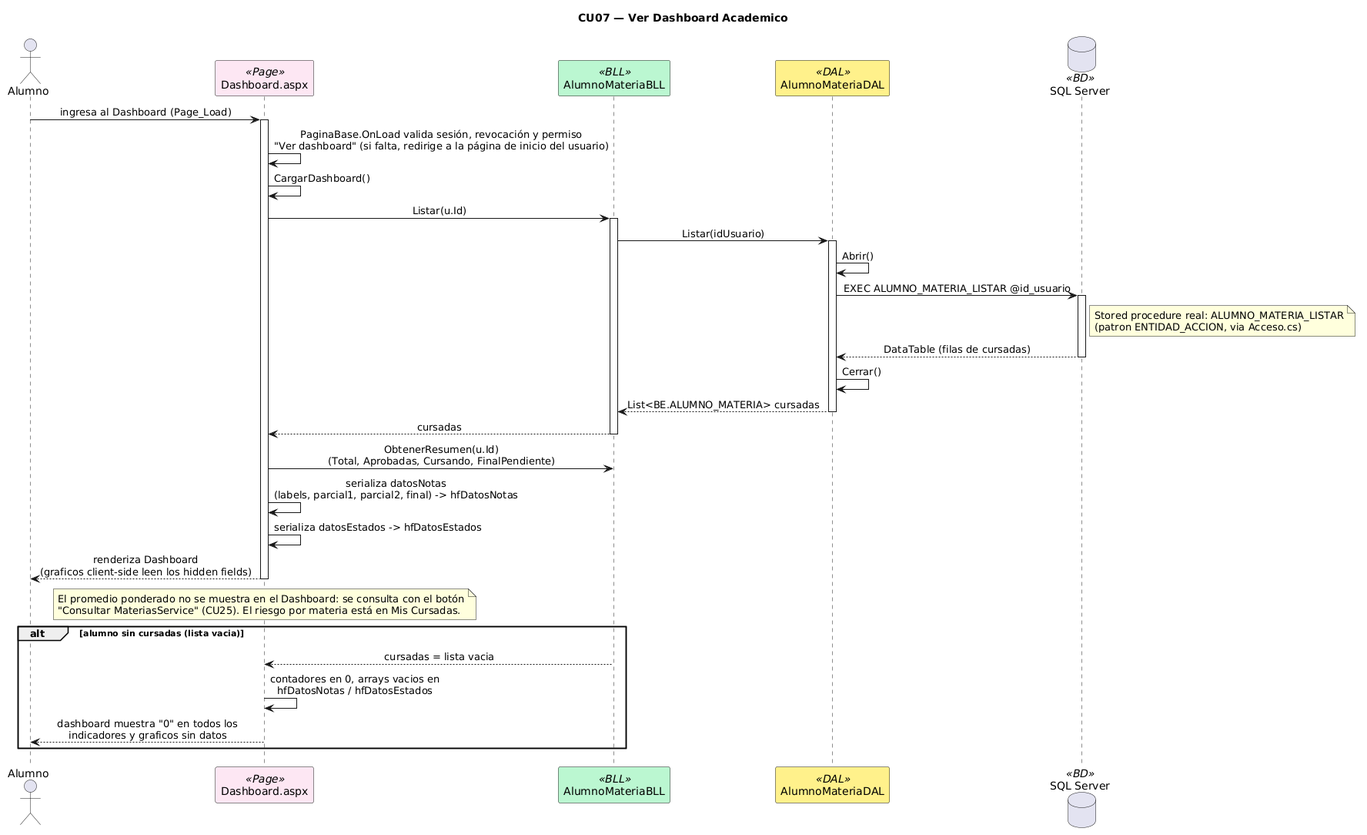
Earlier version of the PlantUML export DIAGRAMAS/Secuencia_CU07_VerDashboard.png (Urrels/tpDYAWeb).
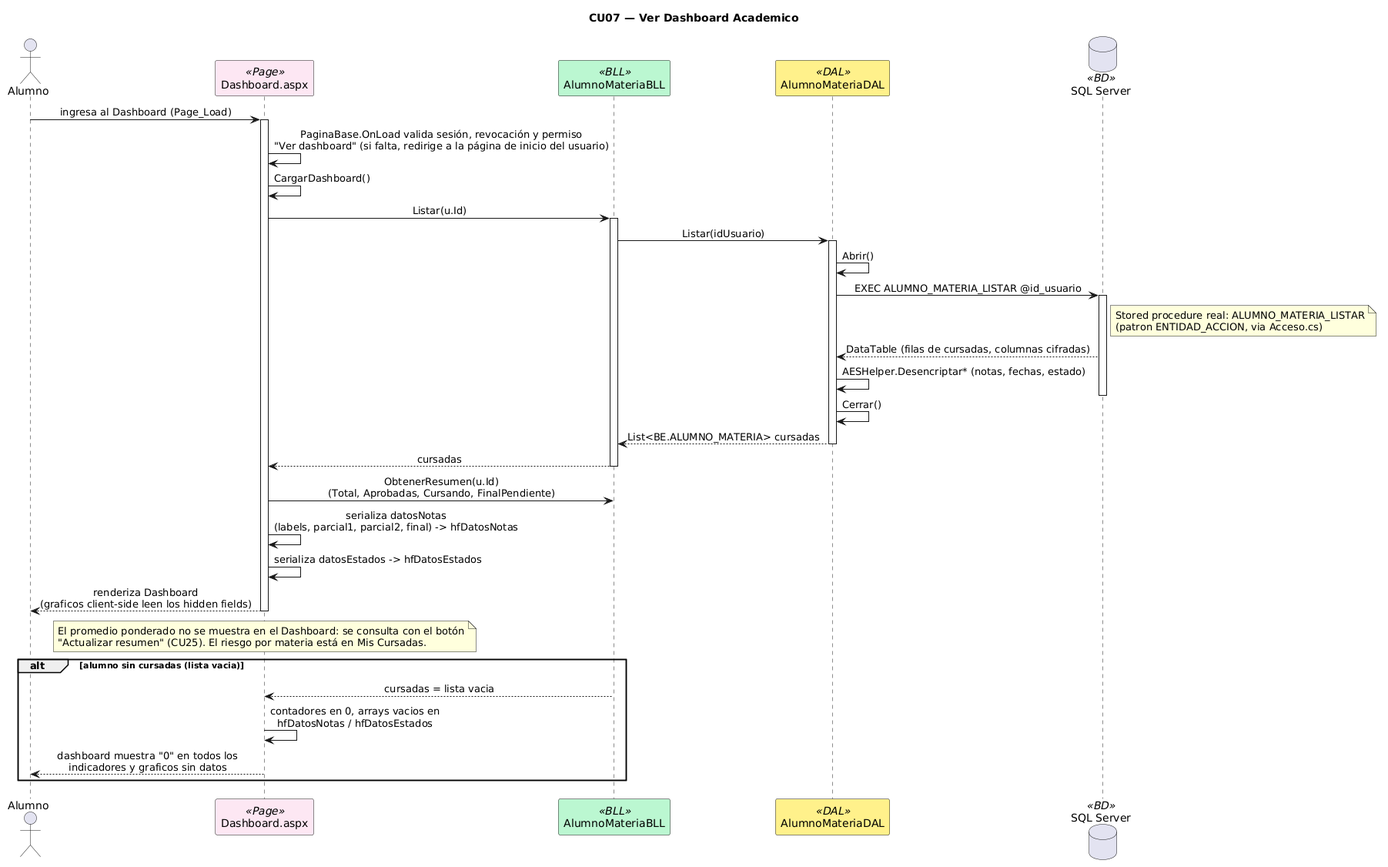
After the commit.

The edit, as a diff of the source:
```diff
@@ -3,18 +3,16 @@
 skinparam sequenceMessageAlign center
 skinparam shadowing false
 skinparam sequenceParticipant {
-    BackgroundColor<<Page>> #FCE7F3
-    BackgroundColor<<BLL>> #BBF7D0
-    BackgroundColor<<DAL>> #FEF08A
-    BackgroundColor<<BD>> #DBEAFE
+BackgroundColor<<Page>> #FCE7F3
+BackgroundColor<<BLL>> #BBF7D0
+BackgroundColor<<DAL>> #FEF08A
+BackgroundColor<<BD>> #DBEAFE
 }
-
 actor Alumno as A
 participant "Dashboard.aspx" as PAGE <<Page>>
 participant "AlumnoMateriaBLL" as BLL <<BLL>>
 participant "AlumnoMateriaDAL" as DAL <<DAL>>
 database "SQL Server" as DB <<BD>>
-
 A -> PAGE : ingresa al Dashboard (Page_Load)
 activate PAGE
 PAGE -> PAGE : PaginaBase.OnLoad valida sesión, revocación y permiso\n"Ver dashboard" (si falta, redirige a la página de inicio del usuario)
@@ -27,10 +25,11 @@
 DAL -> DB : EXEC ALUMNO_MATERIA_LISTAR @id_usuario
 activate DB
 note right of DB
-  Stored procedure real: ALUMNO_MATERIA_LISTAR
-  (patron ENTIDAD_ACCION, via Acceso.cs)
+Stored procedure real: ALUMNO_MATERIA_LISTAR
+(patron ENTIDAD_ACCION, via Acceso.cs)
 end note
-DB --> DAL : DataTable (filas de cursadas)
+DB --> DAL : DataTable (filas de cursadas, columnas cifradas)
+DAL -> DAL : AESHelper.Desencriptar* (notas, fechas, estado)
 deactivate DB
 DAL -> DAL : Cerrar()
 DAL --> BLL : List<BE.ALUMNO_MATERIA> cursadas
@@ -42,15 +41,13 @@
 PAGE -> PAGE : serializa datosEstados -> hfDatosEstados
 PAGE --> A : renderiza Dashboard\n(graficos client-side leen los hidden fields)
 deactivate PAGE
-
 note over PAGE
-  El promedio ponderado no se muestra en el Dashboard: se consulta con el botón
-  "Consultar MateriasService" (CU25). El riesgo por materia está en Mis Cursadas.
+El promedio ponderado no se muestra en el Dashboard: se consulta con el botón
+"Actualizar resumen" (CU25). El riesgo por materia está en Mis Cursadas.
 end note
-
 alt alumno sin cursadas (lista vacia)
-  BLL --> PAGE : cursadas = lista vacia
-  PAGE -> PAGE : contadores en 0, arrays vacios en\nhfDatosNotas / hfDatosEstados
-  PAGE --> A : dashboard muestra "0" en todos los\nindicadores y graficos sin datos
+BLL --> PAGE : cursadas = lista vacia
+PAGE -> PAGE : contadores en 0, arrays vacios en\nhfDatosNotas / hfDatosEstados
+PAGE --> A : dashboard muestra "0" en todos los\nindicadores y graficos sin datos
 end
 @enduml
```
